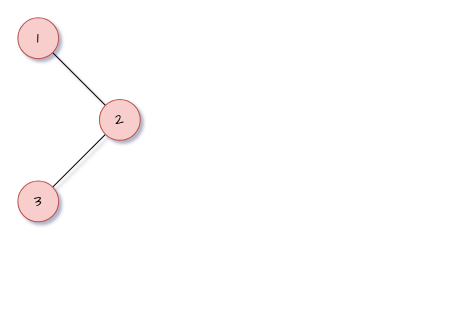
The draw.io diagram draw.io/二叉树的后序遍历.drawio in goldknife6/algorithm, before the edit. Source tidied: cells renumbered, new cells numbered last; positions are measured from the earlier drawing's top-left corner, leaving out a move shared by most shapes. Both pictures are drawn from the tidied source at 102%, with x=0, y=0 at pixel (17, 17).
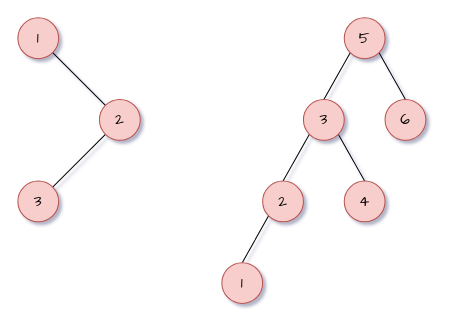
The same page after the edit.

Commit message:
更新二叉树的后序遍历.drawio

Change to the diagram source:
```diff
@@
 <mxGraphModel background="#FFFFFF" shadow="1">
   <root>
     <mxCell id="0" />
     <mxCell id="1" parent="0" />
     <mxCell id="2" style="rounded=0;jettySize=auto;html=1;exitX=1;exitY=1;exitDx=0;exitDy=0;entryX=0;entryY=0;entryDx=0;entryDy=0;fontFamily=Comic Sans MS;fontSize=15;endArrow=none;endFill=0;" parent="1" edge="1" source="3" target="5">
       <mxGeometry relative="1" as="geometry" />
     </mxCell>
     <mxCell id="3" value="&lt;font style=&quot;font-size: 15px&quot; face=&quot;Comic Sans MS&quot;&gt;1&lt;/font&gt;" style="ellipse;whiteSpace=wrap;html=1;fillColor=#f8cecc;strokeColor=#b85450;" parent="1" vertex="1">
       <mxGeometry width="40" height="40" as="geometry" />
     </mxCell>
     <mxCell id="4" style="edgeStyle=none;rounded=0;jettySize=auto;html=1;exitX=0;exitY=1;exitDx=0;exitDy=0;entryX=1;entryY=0;entryDx=0;entryDy=0;fontFamily=Comic Sans MS;fontSize=15;endArrow=none;endFill=0;" parent="1" edge="1" source="5" target="6">
       <mxGeometry relative="1" as="geometry" />
     </mxCell>
     <mxCell id="5" value="&lt;font style=&quot;font-size: 15px&quot; face=&quot;Comic Sans MS&quot;&gt;2&lt;/font&gt;" style="ellipse;whiteSpace=wrap;html=1;fillColor=#f8cecc;strokeColor=#b85450;" parent="1" vertex="1">
       <mxGeometry x="80" y="80" width="40" height="40" as="geometry" />
     </mxCell>
     <mxCell id="6" value="&lt;font style=&quot;font-size: 15px&quot; face=&quot;Comic Sans MS&quot;&gt;3&lt;/font&gt;" style="ellipse;whiteSpace=wrap;html=1;fillColor=#f8cecc;strokeColor=#b85450;" parent="1" vertex="1">
       <mxGeometry y="160" width="40" height="40" as="geometry" />
     </mxCell>
+    <mxCell id="7" style="rounded=0;jettySize=auto;html=1;exitX=0;exitY=1;exitDx=0;exitDy=0;entryX=0.5;entryY=0;entryDx=0;entryDy=0;endArrow=none;endFill=0;" parent="1" edge="1" source="9" target="12">
+      <mxGeometry relative="1" as="geometry" />
+    </mxCell>
+    <mxCell id="8" style="edgeStyle=none;rounded=0;jettySize=auto;html=1;exitX=1;exitY=1;exitDx=0;exitDy=0;entryX=0.5;entryY=0;entryDx=0;entryDy=0;endArrow=none;endFill=0;" parent="1" edge="1" source="9" target="13">
+      <mxGeometry relative="1" as="geometry" />
+    </mxCell>
+    <mxCell id="9" value="&lt;font style=&quot;font-size: 15px&quot; face=&quot;Comic Sans MS&quot;&gt;5&lt;/font&gt;" style="ellipse;whiteSpace=wrap;html=1;fillColor=#f8cecc;strokeColor=#b85450;" parent="1" vertex="1">
+      <mxGeometry x="320" width="40" height="40" as="geometry" />
+    </mxCell>
+    <mxCell id="10" style="edgeStyle=none;rounded=0;jettySize=auto;html=1;exitX=0;exitY=1;exitDx=0;exitDy=0;entryX=0.5;entryY=0;entryDx=0;entryDy=0;endArrow=none;endFill=0;" parent="1" edge="1" source="12" target="15">
+      <mxGeometry relative="1" as="geometry" />
+    </mxCell>
+    <mxCell id="11" style="edgeStyle=none;rounded=0;jettySize=auto;html=1;exitX=1;exitY=1;exitDx=0;exitDy=0;entryX=0.5;entryY=0;entryDx=0;entryDy=0;endArrow=none;endFill=0;" parent="1" edge="1" source="12" target="16">
+      <mxGeometry relative="1" as="geometry" />
+    </mxCell>
+    <mxCell id="12" value="&lt;font style=&quot;font-size: 15px&quot; face=&quot;Comic Sans MS&quot;&gt;3&lt;/font&gt;" style="ellipse;whiteSpace=wrap;html=1;fillColor=#f8cecc;strokeColor=#b85450;" parent="1" vertex="1">
+      <mxGeometry x="280" y="80" width="40" height="40" as="geometry" />
+    </mxCell>
+    <mxCell id="13" value="&lt;font style=&quot;font-size: 15px&quot; face=&quot;Comic Sans MS&quot;&gt;6&lt;/font&gt;" style="ellipse;whiteSpace=wrap;html=1;fillColor=#f8cecc;strokeColor=#b85450;" parent="1" vertex="1">
+      <mxGeometry x="360" y="80" width="40" height="40" as="geometry" />
+    </mxCell>
+    <mxCell id="14" style="edgeStyle=none;rounded=0;jettySize=auto;html=1;exitX=0;exitY=1;exitDx=0;exitDy=0;entryX=0.5;entryY=0;entryDx=0;entryDy=0;endArrow=none;endFill=0;" parent="1" edge="1" source="15" target="17">
+      <mxGeometry relative="1" as="geometry" />
+    </mxCell>
+    <mxCell id="15" value="&lt;font style=&quot;font-size: 15px&quot; face=&quot;Comic Sans MS&quot;&gt;2&lt;/font&gt;" style="ellipse;whiteSpace=wrap;html=1;fillColor=#f8cecc;strokeColor=#b85450;" parent="1" vertex="1">
+      <mxGeometry x="240" y="160" width="40" height="40" as="geometry" />
+    </mxCell>
+    <mxCell id="16" value="&lt;font style=&quot;font-size: 15px&quot; face=&quot;Comic Sans MS&quot;&gt;4&lt;/font&gt;" style="ellipse;whiteSpace=wrap;html=1;fillColor=#f8cecc;strokeColor=#b85450;" parent="1" vertex="1">
+      <mxGeometry x="320" y="160" width="40" height="40" as="geometry" />
+    </mxCell>
+    <mxCell id="17" value="&lt;font style=&quot;font-size: 15px&quot; face=&quot;Comic Sans MS&quot;&gt;1&lt;/font&gt;" style="ellipse;whiteSpace=wrap;html=1;fillColor=#f8cecc;strokeColor=#b85450;" parent="1" vertex="1">
+      <mxGeometry x="200" y="240" width="40" height="40" as="geometry" />
+    </mxCell>
   </root>
 </mxGraphModel>
```
